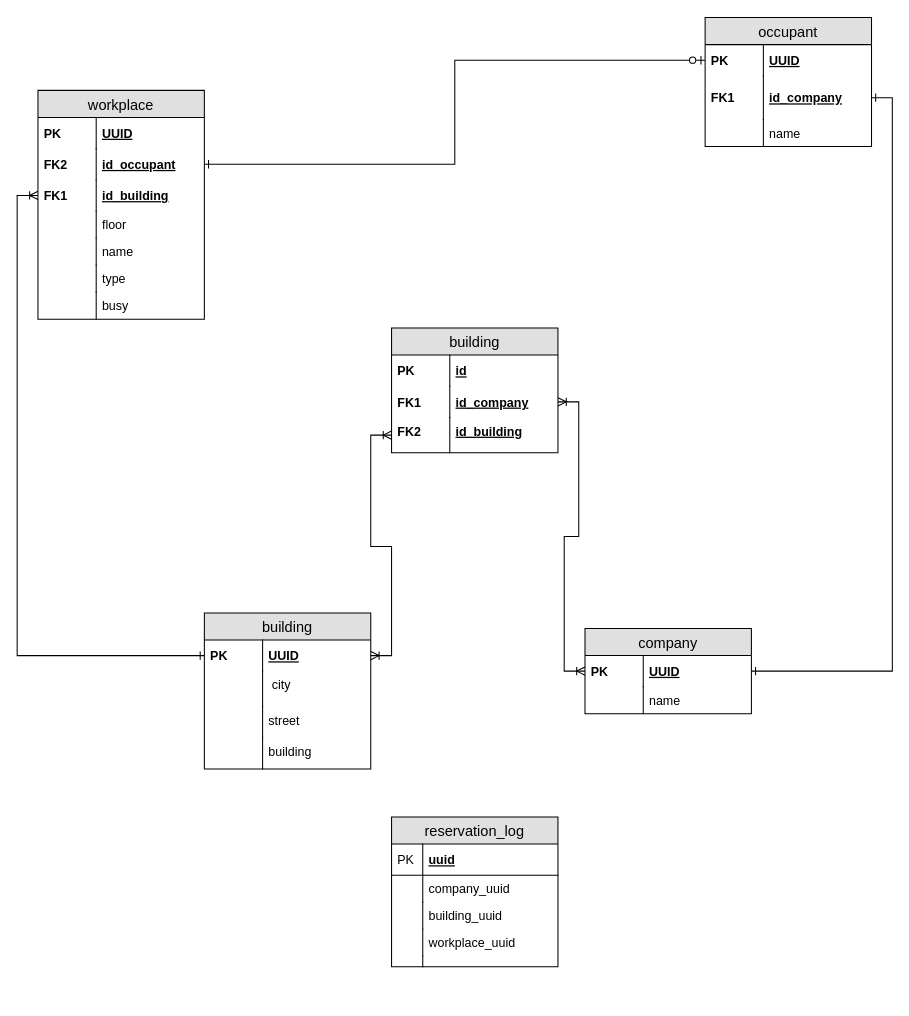
Above: workplace-reservation-service-erd.drawio in Hunkizzz/project-zebra-diagrams (draw.io), before the change. Source tidied: cells renumbered, new cells numbered last; positions are measured from the earlier drawing's top-left corner, leaving out a move shared by most shapes. Both pictures are drawn from the tidied source at 104%, with x=0, y=0 at pixel (37, 17).
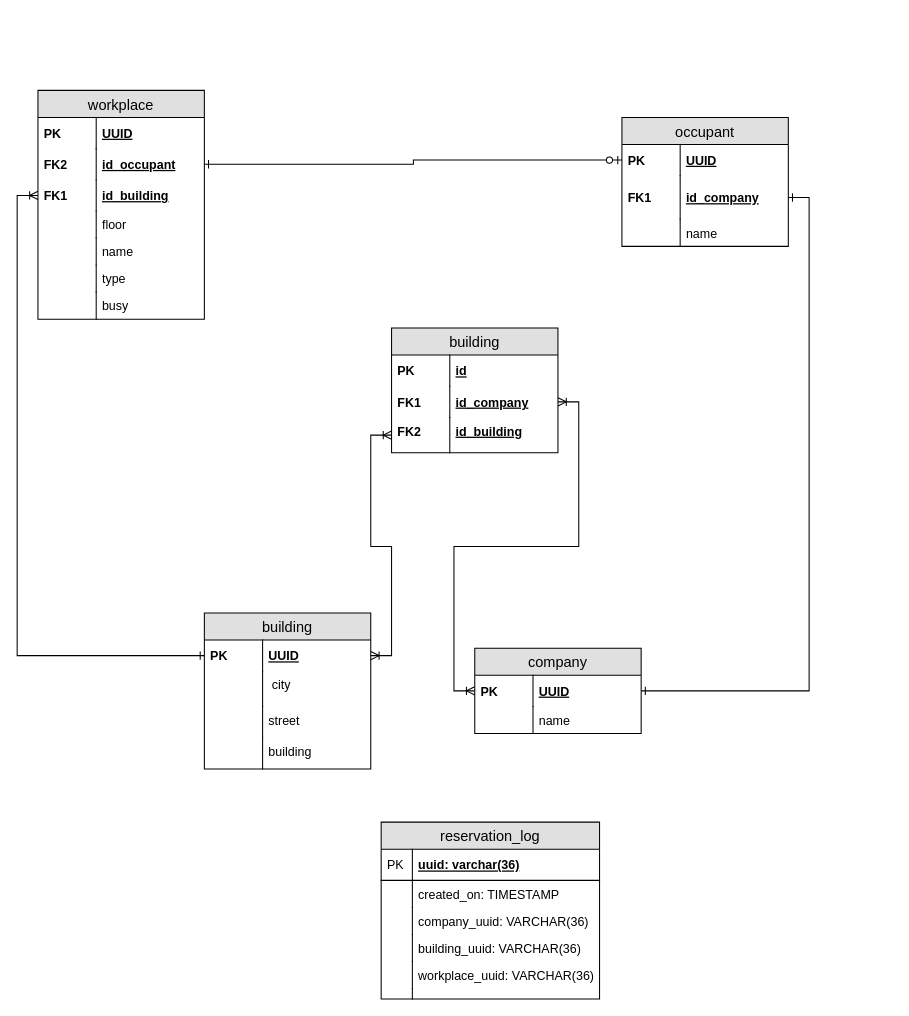
Above is the later version.

Unchanged cells that the change refers to:
```xml
<mxCell id="8" value="UUID" style="shape=partialRectangle;top=0;left=0;right=0;bottom=0;align=left;verticalAlign=middle;fillColor=none;spacingLeft=60;spacingRight=4;overflow=hidden;points=[[0,0.5],[1,0.5]];portConstraint=eastwest;fontStyle=5;fontSize=12;" parent="7" vertex="1">
  <mxGeometry y="26" width="160" height="30" as="geometry" />
</mxCell>
<mxCell id="14" value="workplace" style="swimlane;fontStyle=0;horizontal=1;startSize=26;fillColor=#e0e0e0;swimlaneFillColor=#ffffff;align=center;fontSize=14;" parent="1" vertex="1">
  <mxGeometry y="70.4" width="160" height="220" as="geometry" />
</mxCell>
<mxCell id="17" value="id_occupant" style="shape=partialRectangle;top=0;left=0;right=0;bottom=0;align=left;verticalAlign=middle;fillColor=none;spacingLeft=60;spacingRight=4;overflow=hidden;points=[[0,0.5],[1,0.5]];portConstraint=eastwest;fontStyle=5;fontSize=12;" parent="14" vertex="1">
  <mxGeometry y="56" width="160" height="30" as="geometry" />
</mxCell>
```

What changed in the source:
```diff
@@
     <mxCell id="2" value="company" style="swimlane;fontStyle=0;horizontal=1;startSize=26;fillColor=#e0e0e0;swimlaneFillColor=#ffffff;align=center;fontSize=14;" parent="1" vertex="1">
-      <mxGeometry x="526" y="587.8" width="160" height="82" as="geometry" />
+      <mxGeometry x="420" y="606.8" width="160" height="82" as="geometry" />
     </mxCell>
@@
     <mxCell id="7" value="occupant" style="swimlane;fontStyle=0;horizontal=1;startSize=26;fillColor=#e0e0e0;swimlaneFillColor=#ffffff;align=center;fontSize=14;" parent="1" vertex="1">
-      <mxGeometry x="641.5" y="0.4" width="160" height="124" as="geometry" />
+      <mxGeometry x="561.5" y="96.4" width="160" height="124" as="geometry" />
     </mxCell>
@@
-    <mxCell id="15" value="UUID" style="shape=partialRectangle;top=0;left=0;right=0;bottom=0;align=left;verticalAlign=middle;fillColor=none;spacingLeft=60;spacingRight=4;overflow=hidden;fontStyle=5;fontSize=12;" parent="14" vertex="1">
+    <mxCell id="15" value="UUID" style="shape=partialRectangle;top=0;left=0;right=0;bottom=0;align=left;verticalAlign=middle;fillColor=none;spacingLeft=60;spacingRight=4;overflow=hidden;fontStyle=5;fontSize=12;perimeterSpacing=1;" parent="14" vertex="1">
       <mxGeometry y="26" width="160" height="30" as="geometry" />
     </mxCell>
@@
     <mxCell id="49" style="edgeStyle=orthogonalEdgeStyle;rounded=0;jettySize=auto;html=1;exitX=1;exitY=0.5;exitDx=0;exitDy=0;entryX=0;entryY=0.5;entryDx=0;entryDy=0;startArrow=ERone;startFill=0;endArrow=ERzeroToOne;endFill=1;" parent="1" edge="1" source="17" target="8">
-      <mxGeometry relative="1" as="geometry" />
+      <mxGeometry relative="1" as="geometry">
+        <Array as="points">
+          <mxPoint x="361" y="141" />
+          <mxPoint x="361" y="138" />
+        </Array>
+      </mxGeometry>
     </mxCell>
     <mxCell id="50" value="reservation_log" style="swimlane;fontStyle=0;horizontal=1;startSize=26;fillColor=#e0e0e0;swimlaneFillColor=#ffffff;align=center;fontSize=14;" parent="1" vertex="1">
-      <mxGeometry x="340" y="769" width="160" height="144" as="geometry" />
+      <mxGeometry x="330" y="774" width="210" height="170" as="geometry" />
     </mxCell>
-    <mxCell id="51" value="uuid" style="shape=partialRectangle;top=0;left=0;right=0;bottom=1;align=left;verticalAlign=middle;fillColor=none;spacingLeft=34;spacingRight=4;overflow=hidden;fontStyle=5;fontSize=12;" parent="50" vertex="1">
-      <mxGeometry y="26" width="160" height="30" as="geometry" />
+    <mxCell id="51" value="uuid: varchar(36)" style="shape=partialRectangle;top=0;left=0;right=0;bottom=1;align=left;verticalAlign=middle;fillColor=none;spacingLeft=34;spacingRight=4;overflow=hidden;fontStyle=5;fontSize=12;" parent="50" vertex="1">
+      <mxGeometry y="26" width="210" height="30" as="geometry" />
     </mxCell>
@@
-    <mxCell id="53" value="company_uuid" style="shape=partialRectangle;top=0;left=0;right=0;bottom=0;align=left;verticalAlign=top;fillColor=none;spacingLeft=34;spacingRight=4;overflow=hidden;fontSize=12;" parent="50" vertex="1">
-      <mxGeometry y="56" width="160" height="26" as="geometry" />
+    <mxCell id="53" value="created_on: TIMESTAMP" style="shape=partialRectangle;top=0;left=0;right=0;bottom=0;align=left;verticalAlign=top;fillColor=none;spacingLeft=34;spacingRight=4;overflow=hidden;fontSize=12;" parent="50" vertex="1">
+      <mxGeometry y="56" width="210" height="26" as="geometry" />
     </mxCell>
@@
+    <mxCell id="61" value="company_uuid: VARCHAR(36)" style="shape=partialRectangle;top=0;left=0;right=0;bottom=0;align=left;verticalAlign=top;fillColor=none;spacingLeft=34;spacingRight=4;overflow=hidden;fontSize=12;" parent="50" vertex="1">
+      <mxGeometry y="82" width="210" height="26" as="geometry" />
+    </mxCell>
+    <mxCell id="62" style="shape=partialRectangle;top=0;left=0;bottom=0;fillColor=none;align=left;verticalAlign=top;spacingLeft=4;spacingRight=4;overflow=hidden;fontSize=12;" parent="61" vertex="1">
+      <mxGeometry width="30" height="26" as="geometry" />
+    </mxCell>
-    <mxCell id="55" value="building_uuid" style="shape=partialRectangle;top=0;left=0;right=0;bottom=0;align=left;verticalAlign=top;fillColor=none;spacingLeft=34;spacingRight=4;overflow=hidden;fontSize=12;" parent="50" vertex="1">
-      <mxGeometry y="82" width="160" height="26" as="geometry" />
+    <mxCell id="55" value="building_uuid: VARCHAR(36)" style="shape=partialRectangle;top=0;left=0;right=0;bottom=0;align=left;verticalAlign=top;fillColor=none;spacingLeft=34;spacingRight=4;overflow=hidden;fontSize=12;" parent="50" vertex="1">
+      <mxGeometry y="108" width="210" height="26" as="geometry" />
     </mxCell>
@@
-    <mxCell id="57" value="workplace_uuid" style="shape=partialRectangle;top=0;left=0;right=0;bottom=0;align=left;verticalAlign=top;fillColor=none;spacingLeft=34;spacingRight=4;overflow=hidden;fontSize=12;" parent="50" vertex="1">
-      <mxGeometry y="108" width="160" height="26" as="geometry" />
+    <mxCell id="57" value="workplace_uuid: VARCHAR(36)" style="shape=partialRectangle;top=0;left=0;right=0;bottom=0;align=left;verticalAlign=top;fillColor=none;spacingLeft=34;spacingRight=4;overflow=hidden;fontSize=12;" parent="50" vertex="1">
+      <mxGeometry y="134" width="210" height="26" as="geometry" />
     </mxCell>
@@
     <mxCell id="59" style="shape=partialRectangle;top=0;left=0;right=0;bottom=0;align=left;verticalAlign=top;fillColor=none;spacingLeft=34;spacingRight=4;overflow=hidden;fontSize=12;" parent="50" vertex="1">
-      <mxGeometry y="134" width="160" height="10" as="geometry" />
+      <mxGeometry y="160" width="210" height="10" as="geometry" />
     </mxCell>
```
